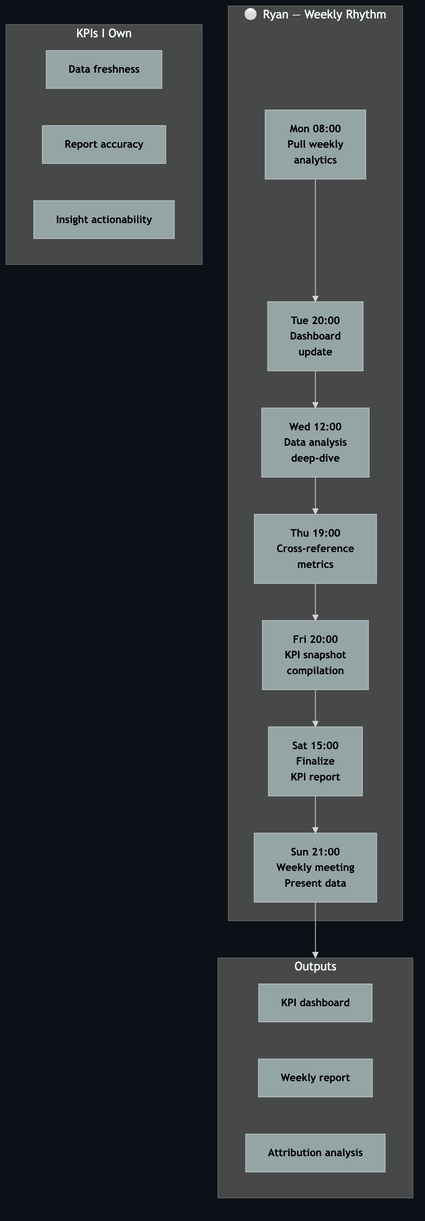
Earlier version of the Mermaid export products/hypeproof-workflow-diagrams/personal-ryan.png (JeHyeong2/hypeprooflab). Its source is kept beside it as products/hypeproof-workflow-diagrams/personal-ryan.mmd.
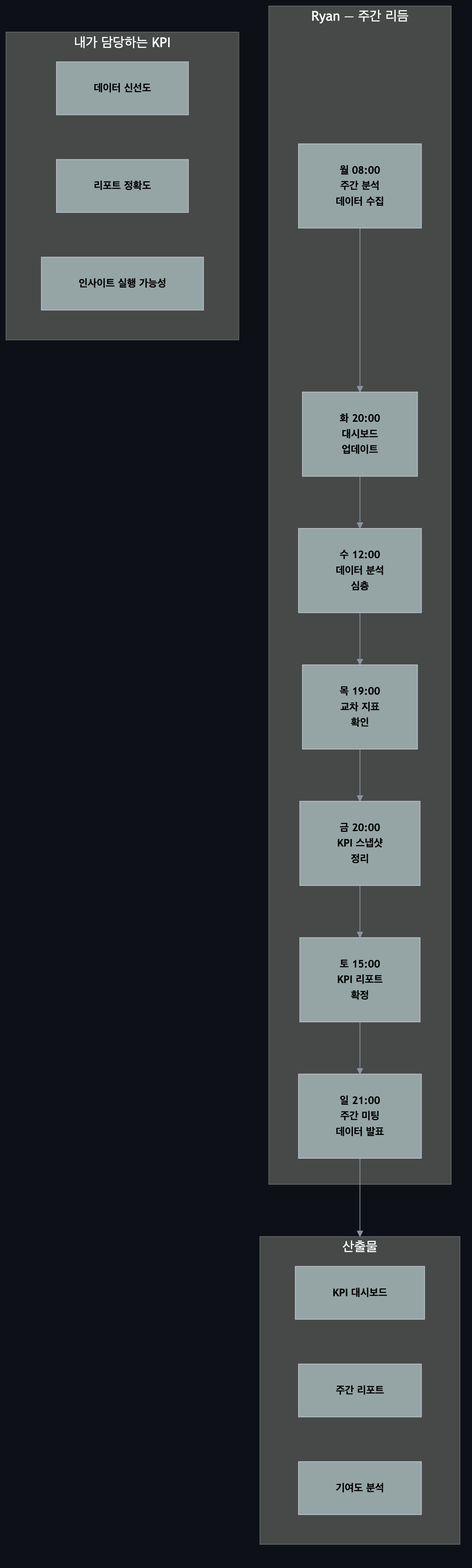
After the change.

Diff of the diagram source:
```diff
@@ -2,26 +2,26 @@
     classDef ryan fill:#95a5a6,stroke:#bdc3c7,color:#000,font-weight:bold,font-size:14px
     classDef dim fill:#30363d,stroke:#484f58,color:#8b949e
 
-    subgraph WEEK["⚪ Ryan — Weekly Rhythm"]
-        MON["Mon 08:00<br/>Pull weekly<br/>analytics"]
-        TUE["Tue 20:00<br/>Dashboard<br/>update"]
-        WED["Wed 12:00<br/>Data analysis<br/>deep-dive"]
-        THU["Thu 19:00<br/>Cross-reference<br/>metrics"]
-        FRI["Fri 20:00<br/>KPI snapshot<br/>compilation"]
-        SAT["Sat 15:00<br/>Finalize<br/>KPI report"]
-        SUN["Sun 21:00<br/>Weekly meeting<br/>Present data"]
+    subgraph WEEK["Ryan — 주간 리듬"]
+        MON["월 08:00<br/>주간 분석<br/>데이터 수집"]
+        TUE["화 20:00<br/>대시보드<br/>업데이트"]
+        WED["수 12:00<br/>데이터 분석<br/>심층"]
+        THU["목 19:00<br/>교차 지표<br/>확인"]
+        FRI["금 20:00<br/>KPI 스냅샷<br/>정리"]
+        SAT["토 15:00<br/>KPI 리포트<br/>확정"]
+        SUN["일 21:00<br/>주간 미팅<br/>데이터 발표"]
     end
 
-    subgraph OUT["Outputs"]
-        O1["KPI dashboard"]
-        O2["Weekly report"]
-        O3["Attribution analysis"]
+    subgraph OUT["산출물"]
+        O1["KPI 대시보드"]
+        O2["주간 리포트"]
+        O3["기여도 분석"]
     end
 
-    subgraph KPI["KPIs I Own"]
-        K1["Data freshness"]
-        K2["Report accuracy"]
-        K3["Insight actionability"]
+    subgraph KPI["내가 담당하는 KPI"]
+        K1["데이터 신선도"]
+        K2["리포트 정확도"]
+        K3["인사이트 실행 가능성"]
     end
 
     MON --> TUE --> WED --> THU --> FRI --> SAT --> SUN
```
